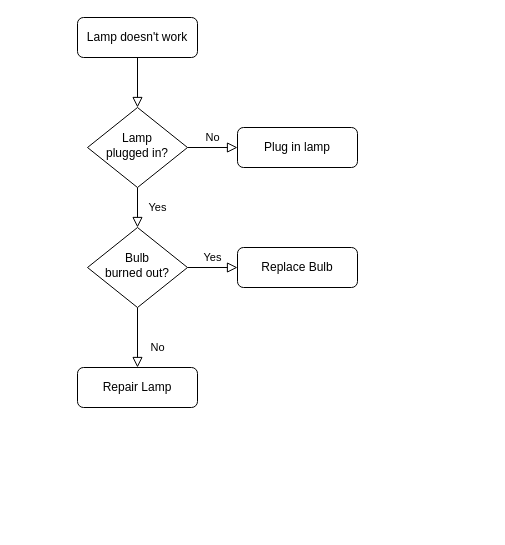
LegendaryMouse/ZvonkovAndreyAlgoritmization keeps this draw.io diagram as 4.drawio. Above is the earlier version. Source tidied: cells renumbered, new cells numbered last; positions are measured from the earlier drawing's top-left corner, leaving out a move shared by most shapes. Both pictures are drawn from the tidied source at 100%, with x=0, y=0 at pixel (77, 17).
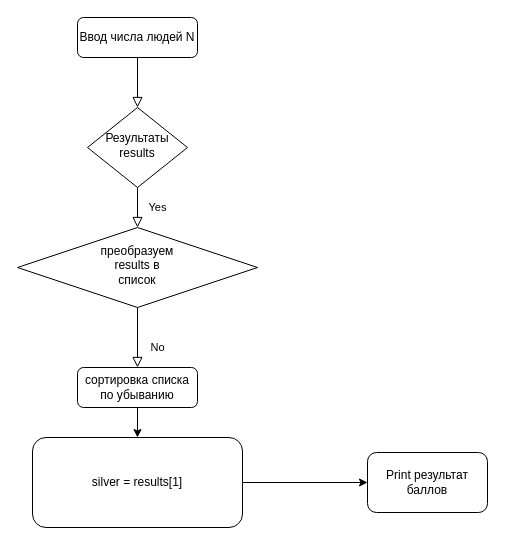
After the change.

Change to the diagram source:
```diff
@@
 <mxGraphModel>
   <root>
     <mxCell id="0" />
     <mxCell id="1" parent="0" />
     <mxCell id="2" style="rounded=0;html=1;jettySize=auto;fontSize=11;endArrow=block;endFill=0;endSize=8;strokeWidth=1;shadow=0;labelBackgroundColor=none;edgeStyle=orthogonalEdgeStyle;" parent="1" edge="1" source="3" target="6">
       <mxGeometry relative="1" as="geometry" />
     </mxCell>
-    <mxCell id="3" value="Lamp doesn't work" style="rounded=1;whiteSpace=wrap;html=1;fontSize=12;glass=0;strokeWidth=1;shadow=0;" parent="1" vertex="1">
+    <mxCell id="3" value="Ввод числа людей N" style="rounded=1;whiteSpace=wrap;html=1;fontSize=12;glass=0;strokeWidth=1;shadow=0;" parent="1" vertex="1">
       <mxGeometry width="120" height="40" as="geometry" />
     </mxCell>
     <mxCell id="4" value="Yes" style="rounded=0;html=1;jettySize=auto;fontSize=11;endArrow=block;endFill=0;endSize=8;strokeWidth=1;shadow=0;labelBackgroundColor=none;edgeStyle=orthogonalEdgeStyle;" parent="1" edge="1" source="6" target="10">
       <mxGeometry y="20" relative="1" as="geometry" />
     </mxCell>
-    <mxCell id="5" value="No" style="edgeStyle=orthogonalEdgeStyle;rounded=0;html=1;jettySize=auto;fontSize=11;endArrow=block;endFill=0;endSize=8;strokeWidth=1;shadow=0;labelBackgroundColor=none;" parent="1" edge="1" source="6" target="7">
-      <mxGeometry y="10" relative="1" as="geometry" />
-    </mxCell>
-    <mxCell id="6" value="Lamp&lt;br&gt;plugged in?" style="rhombus;whiteSpace=wrap;html=1;shadow=0;fontFamily=Helvetica;fontSize=12;align=center;strokeWidth=1;spacing=6;spacingTop=-4;" parent="1" vertex="1">
+    <mxCell id="6" value="Результаты&lt;br&gt;results" style="rhombus;whiteSpace=wrap;html=1;shadow=0;fontFamily=Helvetica;fontSize=12;align=center;strokeWidth=1;spacing=6;spacingTop=-4;" parent="1" vertex="1">
       <mxGeometry x="10" y="90" width="100" height="80" as="geometry" />
     </mxCell>
-    <mxCell id="7" value="Plug in lamp" style="rounded=1;whiteSpace=wrap;html=1;fontSize=12;glass=0;strokeWidth=1;shadow=0;" parent="1" vertex="1">
-      <mxGeometry x="160" y="110" width="120" height="40" as="geometry" />
-    </mxCell>
     <mxCell id="8" value="No" style="rounded=0;html=1;jettySize=auto;fontSize=11;endArrow=block;endFill=0;endSize=8;strokeWidth=1;shadow=0;labelBackgroundColor=none;edgeStyle=orthogonalEdgeStyle;" parent="1" edge="1" source="10" target="11">
       <mxGeometry x="0.33" y="20" relative="1" as="geometry" />
     </mxCell>
-    <mxCell id="9" value="Yes" style="edgeStyle=orthogonalEdgeStyle;rounded=0;html=1;jettySize=auto;fontSize=11;endArrow=block;endFill=0;endSize=8;strokeWidth=1;shadow=0;labelBackgroundColor=none;" parent="1" edge="1" source="10" target="12">
-      <mxGeometry y="10" relative="1" as="geometry" />
-    </mxCell>
-    <mxCell id="10" value="Bulb&lt;br&gt;burned out?" style="rhombus;whiteSpace=wrap;html=1;shadow=0;fontFamily=Helvetica;fontSize=12;align=center;strokeWidth=1;spacing=6;spacingTop=-4;" parent="1" vertex="1">
-      <mxGeometry x="10" y="210" width="100" height="80" as="geometry" />
+    <mxCell id="10" value="преобразуем&lt;br&gt;results в&lt;br&gt;список&lt;br&gt;" style="rhombus;whiteSpace=wrap;html=1;shadow=0;fontFamily=Helvetica;fontSize=12;align=center;strokeWidth=1;spacing=6;spacingTop=-4;" parent="1" vertex="1">
+      <mxGeometry x="-60" y="210" width="240" height="80" as="geometry" />
     </mxCell>
+    <mxCell id="13" style="edgeStyle=orthogonalEdgeStyle;rounded=0;jettySize=auto;html=1;" parent="1" edge="1" source="11" target="15">
+      <mxGeometry relative="1" as="geometry" />
+    </mxCell>
-    <mxCell id="11" value="Repair Lamp" style="rounded=1;whiteSpace=wrap;html=1;fontSize=12;glass=0;strokeWidth=1;shadow=0;" parent="1" vertex="1">
+    <mxCell id="11" value="сортировка списка по убыванию" style="rounded=1;whiteSpace=wrap;html=1;fontSize=12;glass=0;strokeWidth=1;shadow=0;" parent="1" vertex="1">
       <mxGeometry y="350" width="120" height="40" as="geometry" />
     </mxCell>
-    <mxCell id="12" value="Replace Bulb" style="rounded=1;whiteSpace=wrap;html=1;fontSize=12;glass=0;strokeWidth=1;shadow=0;" parent="1" vertex="1">
-      <mxGeometry x="160" y="230" width="120" height="40" as="geometry" />
-    </mxCell>
+    <mxCell id="14" style="edgeStyle=orthogonalEdgeStyle;rounded=0;jettySize=auto;html=1;" parent="1" edge="1" source="15" target="16">
+      <mxGeometry relative="1" as="geometry" />
+    </mxCell>
+    <mxCell id="15" value="silver = results[1]" style="rounded=1;whiteSpace=wrap;html=1;fontSize=12;glass=0;strokeWidth=1;shadow=0;" parent="1" vertex="1">
+      <mxGeometry x="-45" y="420" width="210" height="90" as="geometry" />
+    </mxCell>
+    <mxCell id="16" value="Print результат баллов" style="whiteSpace=wrap;html=1;rounded=1;glass=0;strokeWidth=1;shadow=0;" parent="1" vertex="1">
+      <mxGeometry x="290" y="435" width="120" height="60" as="geometry" />
+    </mxCell>
   </root>
 </mxGraphModel>
```
